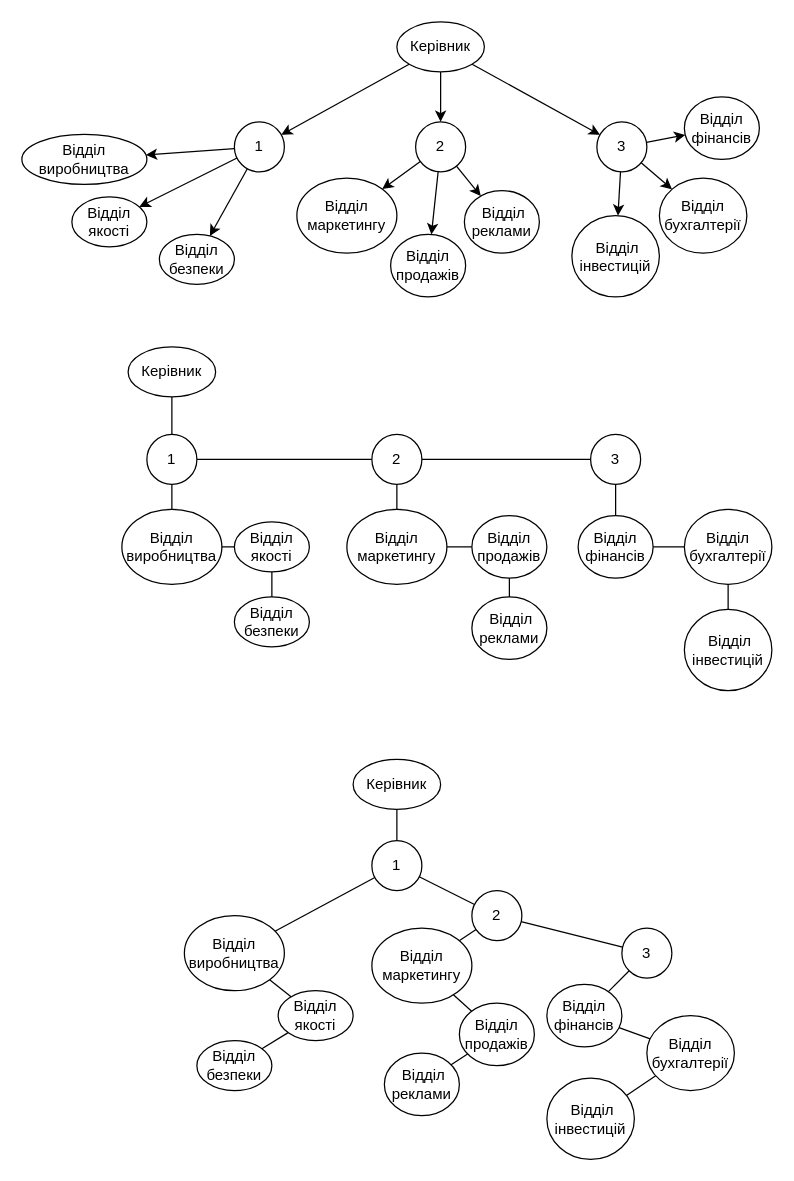
Yarik-Za/KHAI_Labs_folder_Desktop_ keeps this draw.io diagram as АСД/Lab_4/m-арне дерево+ бінарне.drawio. Above is the earlier version. Source tidied: cells renumbered, new cells numbered last; positions are measured from the earlier drawing's top-left corner, leaving out a move shared by most shapes. Both pictures are drawn from the tidied source at 125%, with x=0, y=0 at pixel (21, 21).
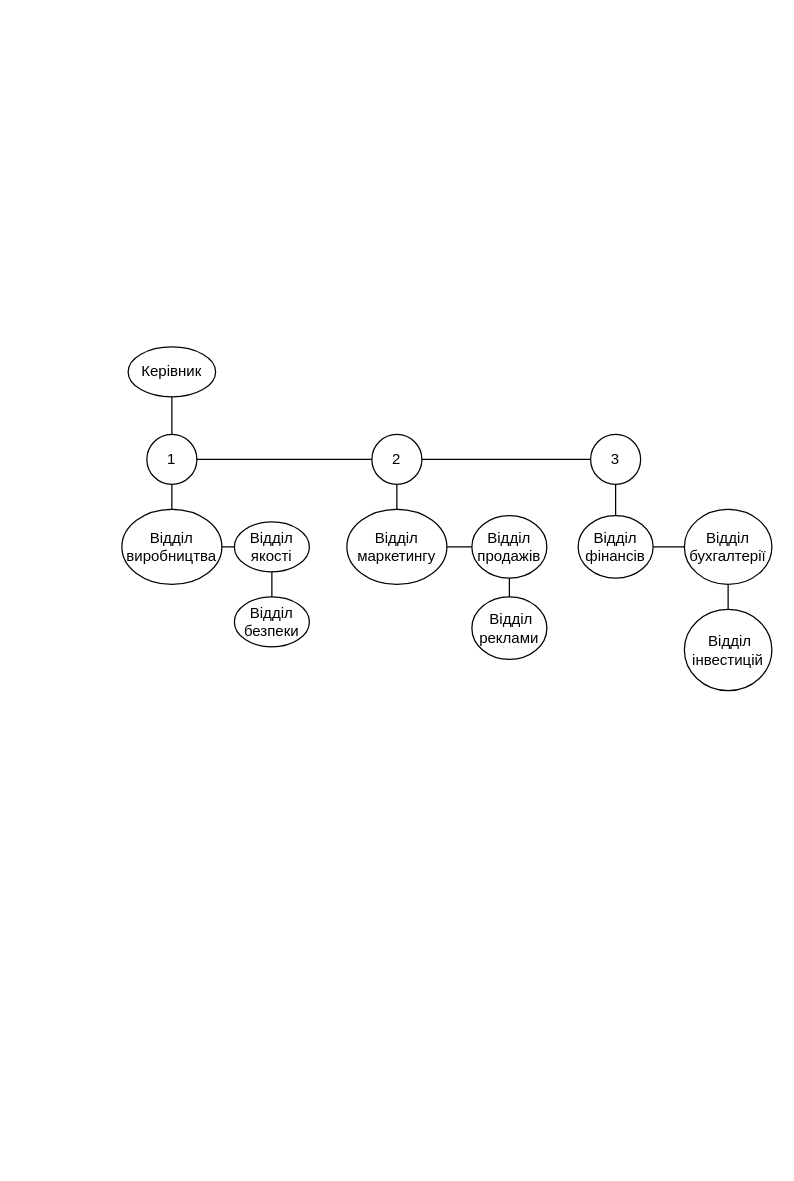
Above is the later version.

Diff of the diagram source:
```diff
@@
-    <mxCell id="2" style="rounded=0;jettySize=auto;html=1;" parent="1" edge="1" source="5" target="9">
-      <mxGeometry relative="1" as="geometry" />
-    </mxCell>
-    <mxCell id="3" style="edgeStyle=orthogonalEdgeStyle;rounded=0;jettySize=auto;html=1;" parent="1" edge="1" source="5" target="13">
-      <mxGeometry relative="1" as="geometry" />
-    </mxCell>
-    <mxCell id="4" style="rounded=0;jettySize=auto;html=1;" parent="1" edge="1" source="5" target="17">
-      <mxGeometry relative="1" as="geometry" />
-    </mxCell>
-    <mxCell id="5" value="Керівник" style="ellipse;whiteSpace=wrap;html=1;" parent="1" vertex="1">
-      <mxGeometry x="300" width="70" height="40" as="geometry" />
-    </mxCell>
-    <mxCell id="6" style="rounded=0;jettySize=auto;html=1;" parent="1" edge="1" source="9" target="18">
-      <mxGeometry relative="1" as="geometry" />
-    </mxCell>
-    <mxCell id="7" style="rounded=0;jettySize=auto;html=1;" parent="1" edge="1" source="9" target="19">
-      <mxGeometry relative="1" as="geometry" />
-    </mxCell>
-    <mxCell id="8" style="rounded=0;jettySize=auto;html=1;" parent="1" edge="1" source="9" target="20">
-      <mxGeometry relative="1" as="geometry" />
-    </mxCell>
-    <mxCell id="9" value="1" style="ellipse;whiteSpace=wrap;html=1;" parent="1" vertex="1">
-      <mxGeometry x="170" y="80" width="40" height="40" as="geometry" />
-    </mxCell>
-    <mxCell id="10" style="rounded=0;jettySize=auto;html=1;entryX=1;entryY=0;entryDx=0;entryDy=0;" parent="1" edge="1" source="13" target="21">
-      <mxGeometry relative="1" as="geometry" />
-    </mxCell>
-    <mxCell id="11" style="rounded=0;jettySize=auto;html=1;" parent="1" edge="1" source="13" target="22">
-      <mxGeometry relative="1" as="geometry" />
-    </mxCell>
-    <mxCell id="12" style="rounded=0;jettySize=auto;html=1;" parent="1" edge="1" source="13" target="23">
-      <mxGeometry relative="1" as="geometry" />
-    </mxCell>
-    <mxCell id="13" value="2" style="ellipse;whiteSpace=wrap;html=1;" parent="1" vertex="1">
-      <mxGeometry x="315" y="80" width="40" height="40" as="geometry" />
-    </mxCell>
-    <mxCell id="14" style="rounded=0;jettySize=auto;html=1;" parent="1" edge="1" source="17" target="25">
-      <mxGeometry relative="1" as="geometry" />
-    </mxCell>
-    <mxCell id="15" style="rounded=0;jettySize=auto;html=1;" parent="1" edge="1" source="17" target="24">
-      <mxGeometry relative="1" as="geometry" />
-    </mxCell>
-    <mxCell id="16" style="rounded=0;jettySize=auto;html=1;" parent="1" edge="1" source="17" target="26">
-      <mxGeometry relative="1" as="geometry" />
-    </mxCell>
-    <mxCell id="17" value="3" style="ellipse;whiteSpace=wrap;html=1;" parent="1" vertex="1">
-      <mxGeometry x="460" y="80" width="40" height="40" as="geometry" />
-    </mxCell>
-    <mxCell id="18" value="Відділ виробництва" style="ellipse;whiteSpace=wrap;html=1;" parent="1" vertex="1">
-      <mxGeometry y="90" width="100" height="40" as="geometry" />
-    </mxCell>
-    <mxCell id="19" value="Відділ якості" style="ellipse;whiteSpace=wrap;html=1;" parent="1" vertex="1">
-      <mxGeometry x="40" y="140" width="60" height="40" as="geometry" />
-    </mxCell>
-    <mxCell id="20" value="Відділ безпеки" style="ellipse;whiteSpace=wrap;html=1;" parent="1" vertex="1">
-      <mxGeometry x="110" y="170" width="60" height="40" as="geometry" />
-    </mxCell>
-    <mxCell id="21" value="Відділ маркетингу" style="ellipse;whiteSpace=wrap;html=1;" parent="1" vertex="1">
-      <mxGeometry x="220" y="125" width="80" height="60" as="geometry" />
-    </mxCell>
-    <mxCell id="22" value="Відділ продажів" style="ellipse;whiteSpace=wrap;html=1;" parent="1" vertex="1">
-      <mxGeometry x="295" y="170" width="60" height="50" as="geometry" />
-    </mxCell>
-    <mxCell id="23" value="&amp;nbsp;Відділ реклами" style="ellipse;whiteSpace=wrap;html=1;" parent="1" vertex="1">
-      <mxGeometry x="354" y="135" width="60" height="50" as="geometry" />
-    </mxCell>
-    <mxCell id="24" value="Відділ фінансів" style="ellipse;whiteSpace=wrap;html=1;" parent="1" vertex="1">
-      <mxGeometry x="530" y="60" width="60" height="50" as="geometry" />
-    </mxCell>
-    <mxCell id="25" value="Відділ бухгалтерії" style="ellipse;whiteSpace=wrap;html=1;" parent="1" vertex="1">
-      <mxGeometry x="510" y="125" width="70" height="60" as="geometry" />
-    </mxCell>
-    <mxCell id="26" value="&amp;nbsp;Відділ інвестицій" style="ellipse;whiteSpace=wrap;html=1;" parent="1" vertex="1">
-      <mxGeometry x="440" y="155" width="70" height="65" as="geometry" />
-    </mxCell>
@@
-    <mxCell id="52" style="rounded=0;jettySize=auto;html=1;endArrow=none;endFill=0;" parent="1" edge="1" source="54" target="56">
-      <mxGeometry relative="1" as="geometry" />
-    </mxCell>
-    <mxCell id="53" style="rounded=0;jettySize=auto;html=1;endArrow=none;endFill=0;" parent="1" edge="1" source="56" target="59">
-      <mxGeometry relative="1" as="geometry" />
-    </mxCell>
-    <mxCell id="54" value="Керівник" style="ellipse;whiteSpace=wrap;html=1;endArrow=none;rounded=0;endFill=0;" parent="1" vertex="1">
-      <mxGeometry x="265" y="590" width="70" height="40" as="geometry" />
-    </mxCell>
-    <mxCell id="55" style="rounded=0;jettySize=auto;html=1;endArrow=none;endFill=0;" parent="1" edge="1" source="56" target="63">
-      <mxGeometry relative="1" as="geometry" />
-    </mxCell>
-    <mxCell id="56" value="1" style="ellipse;whiteSpace=wrap;html=1;endArrow=none;rounded=0;endFill=0;" parent="1" vertex="1">
-      <mxGeometry x="280" y="655" width="40" height="40" as="geometry" />
-    </mxCell>
-    <mxCell id="57" style="rounded=0;jettySize=auto;html=1;endArrow=none;endFill=0;" parent="1" edge="1" source="59" target="61">
-      <mxGeometry relative="1" as="geometry" />
-    </mxCell>
-    <mxCell id="58" style="rounded=0;jettySize=auto;html=1;endArrow=none;endFill=0;" parent="1" edge="1" source="59" target="68">
-      <mxGeometry relative="1" as="geometry" />
-    </mxCell>
-    <mxCell id="59" value="2" style="ellipse;whiteSpace=wrap;html=1;endArrow=none;rounded=0;endFill=0;" parent="1" vertex="1">
-      <mxGeometry x="360" y="695" width="40" height="40" as="geometry" />
-    </mxCell>
-    <mxCell id="60" style="rounded=0;jettySize=auto;html=1;endArrow=none;endFill=0;" parent="1" edge="1" source="61" target="73">
-      <mxGeometry relative="1" as="geometry" />
-    </mxCell>
-    <mxCell id="61" value="3" style="ellipse;whiteSpace=wrap;html=1;endArrow=none;rounded=0;endFill=0;" parent="1" vertex="1">
-      <mxGeometry x="480" y="725" width="40" height="40" as="geometry" />
-    </mxCell>
-    <mxCell id="62" style="rounded=0;jettySize=auto;html=1;endArrow=none;endFill=0;" parent="1" edge="1" source="63" target="65">
-      <mxGeometry relative="1" as="geometry" />
-    </mxCell>
-    <mxCell id="63" value="Відділ виробництва" style="ellipse;whiteSpace=wrap;html=1;" parent="1" vertex="1">
-      <mxGeometry x="130" y="715" width="80" height="60" as="geometry" />
-    </mxCell>
-    <mxCell id="64" style="rounded=0;jettySize=auto;html=1;endArrow=none;endFill=0;" parent="1" edge="1" source="65" target="66">
-      <mxGeometry relative="1" as="geometry" />
-    </mxCell>
-    <mxCell id="65" value="Відділ якості" style="ellipse;whiteSpace=wrap;html=1;endArrow=none;rounded=0;endFill=0;" parent="1" vertex="1">
-      <mxGeometry x="205" y="775" width="60" height="40" as="geometry" />
-    </mxCell>
-    <mxCell id="66" value="Відділ безпеки" style="ellipse;whiteSpace=wrap;html=1;endArrow=none;rounded=0;endFill=0;" parent="1" vertex="1">
-      <mxGeometry x="140" y="815" width="60" height="40" as="geometry" />
-    </mxCell>
-    <mxCell id="67" style="rounded=0;jettySize=auto;html=1;endArrow=none;endFill=0;" parent="1" edge="1" source="68" target="70">
-      <mxGeometry relative="1" as="geometry" />
-    </mxCell>
-    <mxCell id="68" value="Відділ маркетингу" style="ellipse;whiteSpace=wrap;html=1;endArrow=none;rounded=0;endFill=0;" parent="1" vertex="1">
-      <mxGeometry x="280" y="725" width="80" height="60" as="geometry" />
-    </mxCell>
-    <mxCell id="69" style="rounded=0;jettySize=auto;html=1;endArrow=none;endFill=0;" parent="1" edge="1" source="70" target="71">
-      <mxGeometry relative="1" as="geometry" />
-    </mxCell>
-    <mxCell id="70" value="Відділ продажів" style="ellipse;whiteSpace=wrap;html=1;endArrow=none;rounded=0;endFill=0;" parent="1" vertex="1">
-      <mxGeometry x="350" y="785" width="60" height="50" as="geometry" />
-    </mxCell>
-    <mxCell id="71" value=" Відділ реклами" style="ellipse;whiteSpace=wrap;html=1;endArrow=none;rounded=0;endFill=0;" parent="1" vertex="1">
-      <mxGeometry x="290" y="825" width="60" height="50" as="geometry" />
-    </mxCell>
-    <mxCell id="72" style="rounded=0;jettySize=auto;html=1;endArrow=none;endFill=0;" parent="1" edge="1" source="73" target="75">
-      <mxGeometry relative="1" as="geometry" />
-    </mxCell>
-    <mxCell id="73" value="Відділ фінансів" style="ellipse;whiteSpace=wrap;html=1;endArrow=none;rounded=0;endFill=0;" parent="1" vertex="1">
-      <mxGeometry x="420" y="770" width="60" height="50" as="geometry" />
-    </mxCell>
-    <mxCell id="74" style="rounded=0;jettySize=auto;html=1;endArrow=none;endFill=0;" parent="1" edge="1" source="75" target="76">
-      <mxGeometry relative="1" as="geometry" />
-    </mxCell>
-    <mxCell id="75" value="Відділ бухгалтерії" style="ellipse;whiteSpace=wrap;html=1;endArrow=none;rounded=0;endFill=0;" parent="1" vertex="1">
-      <mxGeometry x="500" y="795" width="70" height="60" as="geometry" />
-    </mxCell>
-    <mxCell id="76" value=" Відділ інвестицій" style="ellipse;whiteSpace=wrap;html=1;endArrow=none;rounded=0;endFill=0;" parent="1" vertex="1">
-      <mxGeometry x="420" y="845" width="70" height="65" as="geometry" />
-    </mxCell>
```
